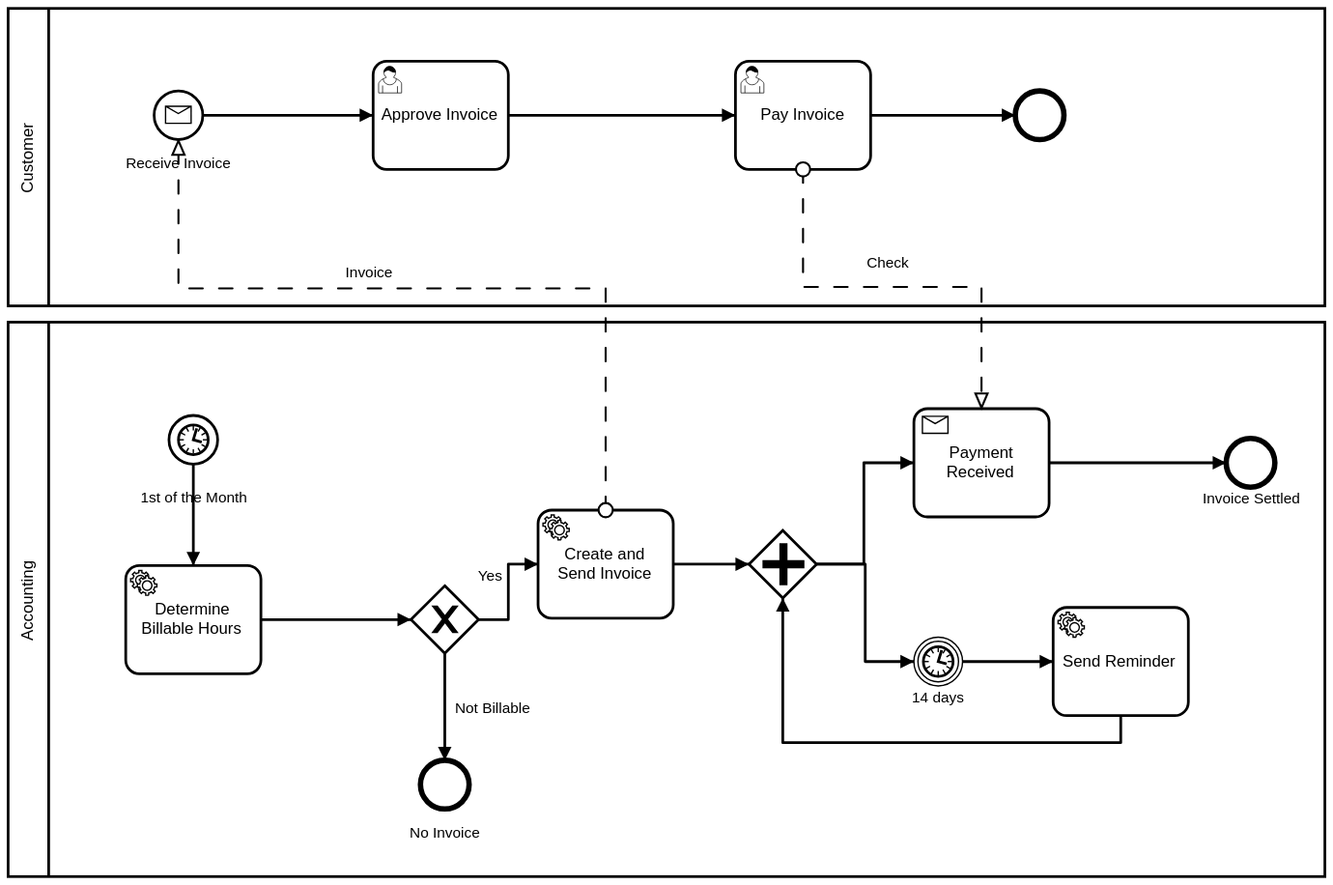
This is processes/Invoicing.svg from kubajal/workflow, a BPMN export, as it was before one commit. Its source is kept beside it as processes/Invoicing.bpmn. Ids are renumbered.
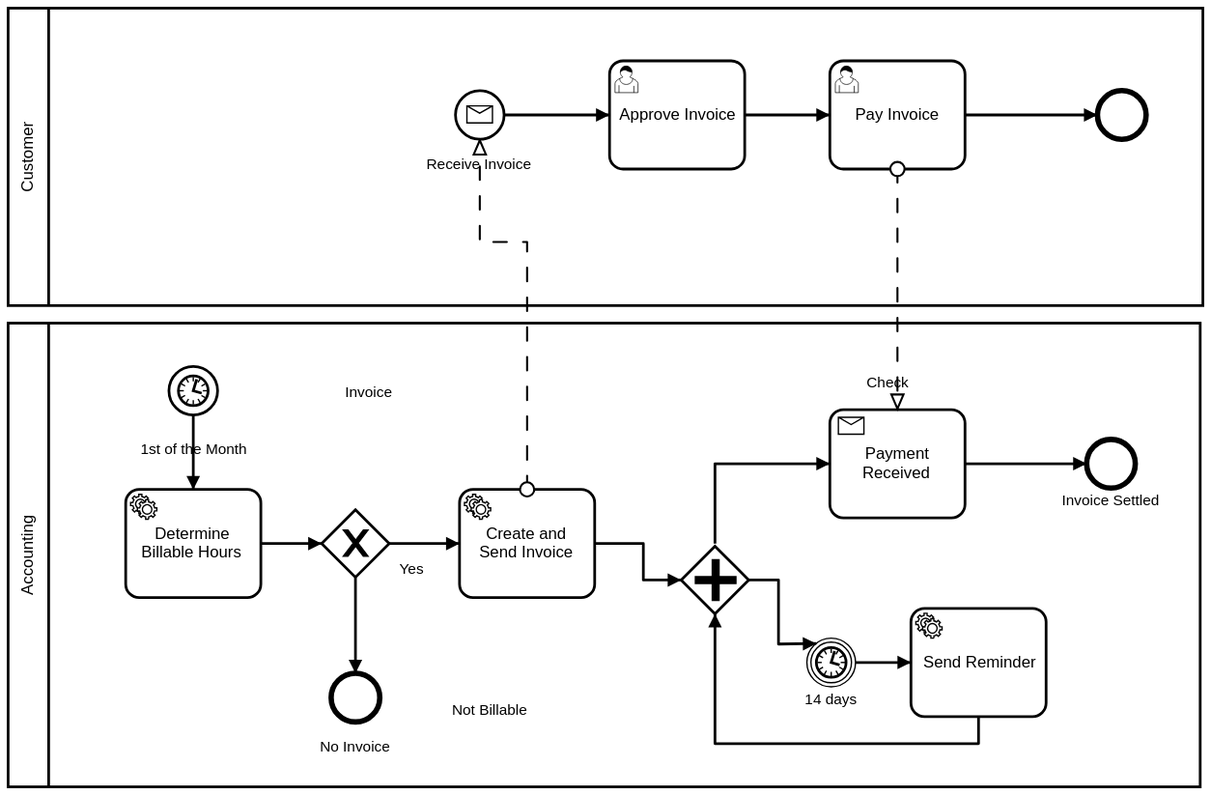
The same file after the commit.

Change to the diagram source:
```diff
@@ -8,26 +8,2 @@
   <bpmn:process id="Process_1" isExecutable="false">
-    <bpmn:startEvent id="StartEvent_n11" name="1st of the Month">
-      <bpmn:outgoing>SequenceFlow_n12</bpmn:outgoing>
-      <bpmn:timerEventDefinition />
-    </bpmn:startEvent>
-    <bpmn:exclusiveGateway id="ExclusiveGateway_n13">
-      <bpmn:incoming>SequenceFlow_n14</bpmn:incoming>
-      <bpmn:outgoing>SequenceFlow_n15</bpmn:outgoing>
-      <bpmn:outgoing>SequenceFlow_n16</bpmn:outgoing>
-    </bpmn:exclusiveGateway>
-    <bpmn:receiveTask id="ReceiveTask_n10" name="Payment Received">
-      <bpmn:incoming>SequenceFlow_n17</bpmn:incoming>
-      <bpmn:outgoing>SequenceFlow_n18</bpmn:outgoing>
-    </bpmn:receiveTask>
-    <bpmn:serviceTask id="ServiceTask_n19" name="Send Reminder">
-      <bpmn:incoming>SequenceFlow_n20</bpmn:incoming>
-      <bpmn:outgoing>SequenceFlow_n21</bpmn:outgoing>
-    </bpmn:serviceTask>
-    <bpmn:serviceTask id="ServiceTask_n6" name="Create and Send Invoice">
-      <bpmn:incoming>SequenceFlow_n15</bpmn:incoming>
-      <bpmn:outgoing>SequenceFlow_n22</bpmn:outgoing>
-    </bpmn:serviceTask>
-    <bpmn:endEvent id="EndEvent_n23" name="Invoice Settled">
-      <bpmn:incoming>SequenceFlow_n18</bpmn:incoming>
-    </bpmn:endEvent>
     <bpmn:parallelGateway id="ParallelGateway_n24">
@@ -43,12 +19,14 @@
     </bpmn:intermediateCatchEvent>
-    <bpmn:sequenceFlow id="SequenceFlow_n12" sourceRef="StartEvent_n11" targetRef="ServiceTask_n27" />
-    <bpmn:sequenceFlow id="SequenceFlow_n14" sourceRef="ServiceTask_n27" targetRef="ExclusiveGateway_n13" />
-    <bpmn:sequenceFlow id="SequenceFlow_n15" name="Yes" sourceRef="ExclusiveGateway_n13" targetRef="ServiceTask_n6" />
-    <bpmn:sequenceFlow id="SequenceFlow_n16" name="Not Billable" sourceRef="ExclusiveGateway_n13" targetRef="EndEvent_n28" />
-    <bpmn:sequenceFlow id="SequenceFlow_n17" sourceRef="ParallelGateway_n24" targetRef="ReceiveTask_n10" />
-    <bpmn:sequenceFlow id="SequenceFlow_n18" sourceRef="ReceiveTask_n10" targetRef="EndEvent_n23" />
-    <bpmn:sequenceFlow id="SequenceFlow_n20" sourceRef="IntermediateCatchEvent_n26" targetRef="ServiceTask_n19" />
-    <bpmn:sequenceFlow id="SequenceFlow_n21" sourceRef="ServiceTask_n19" targetRef="ParallelGateway_n24" />
-    <bpmn:sequenceFlow id="SequenceFlow_n22" sourceRef="ServiceTask_n6" targetRef="ParallelGateway_n24" />
-    <bpmn:sequenceFlow id="SequenceFlow_n25" sourceRef="ParallelGateway_n24" targetRef="IntermediateCatchEvent_n26" />
+    <bpmn:serviceTask id="ServiceTask_n19" name="Send Reminder">
+      <bpmn:incoming>SequenceFlow_n20</bpmn:incoming>
+      <bpmn:outgoing>SequenceFlow_n21</bpmn:outgoing>
+    </bpmn:serviceTask>
+    <bpmn:endEvent id="EndEvent_n23" name="Invoice Settled">
+      <bpmn:incoming>SequenceFlow_n18</bpmn:incoming>
+    </bpmn:endEvent>
+    <bpmn:exclusiveGateway id="ExclusiveGateway_n13">
+      <bpmn:incoming>SequenceFlow_n14</bpmn:incoming>
+      <bpmn:outgoing>SequenceFlow_n15</bpmn:outgoing>
+      <bpmn:outgoing>SequenceFlow_n16</bpmn:outgoing>
+    </bpmn:exclusiveGateway>
     <bpmn:endEvent id="EndEvent_n28" name="No Invoice">
@@ -60,8 +38,29 @@
     </bpmn:serviceTask>
+    <bpmn:startEvent id="StartEvent_n11" name="1st of the Month">
+      <bpmn:outgoing>SequenceFlow_n12</bpmn:outgoing>
+      <bpmn:timerEventDefinition />
+    </bpmn:startEvent>
+    <bpmn:serviceTask id="ServiceTask_n6" name="Create and Send Invoice">
+      <bpmn:incoming>SequenceFlow_n15</bpmn:incoming>
+      <bpmn:outgoing>SequenceFlow_n22</bpmn:outgoing>
+    </bpmn:serviceTask>
+    <bpmn:receiveTask id="ReceiveTask_n10" name="Payment Received">
+      <bpmn:incoming>SequenceFlow_n17</bpmn:incoming>
+      <bpmn:outgoing>SequenceFlow_n18</bpmn:outgoing>
+    </bpmn:receiveTask>
+    <bpmn:sequenceFlow id="SequenceFlow_n21" sourceRef="ServiceTask_n19" targetRef="ParallelGateway_n24" />
+    <bpmn:sequenceFlow id="SequenceFlow_n22" sourceRef="ServiceTask_n6" targetRef="ParallelGateway_n24" />
+    <bpmn:sequenceFlow id="SequenceFlow_n17" sourceRef="ParallelGateway_n24" targetRef="ReceiveTask_n10" />
+    <bpmn:sequenceFlow id="SequenceFlow_n25" sourceRef="ParallelGateway_n24" targetRef="IntermediateCatchEvent_n26" />
+    <bpmn:sequenceFlow id="SequenceFlow_n20" sourceRef="IntermediateCatchEvent_n26" targetRef="ServiceTask_n19" />
+    <bpmn:sequenceFlow id="SequenceFlow_n18" sourceRef="ReceiveTask_n10" targetRef="EndEvent_n23" />
+    <bpmn:sequenceFlow id="SequenceFlow_n14" sourceRef="ServiceTask_n27" targetRef="ExclusiveGateway_n13" />
+    <bpmn:sequenceFlow id="SequenceFlow_n15" name="Yes" sourceRef="ExclusiveGateway_n13" targetRef="ServiceTask_n6" />
+    <bpmn:sequenceFlow id="SequenceFlow_n16" name="Not Billable" sourceRef="ExclusiveGateway_n13" targetRef="EndEvent_n28" />
+    <bpmn:sequenceFlow id="SequenceFlow_n12" sourceRef="StartEvent_n11" targetRef="ServiceTask_n27" />
   </bpmn:process>
   <bpmn:process id="Process_n4">
-    <bpmn:startEvent id="StartEvent_n7" name="Receive Invoice">
-      <bpmn:outgoing>SequenceFlow_n29</bpmn:outgoing>
-      <bpmn:messageEventDefinition />
-    </bpmn:startEvent>
+    <bpmn:sequenceFlow id="SequenceFlow_n29" sourceRef="StartEvent_n7" targetRef="UserTask_n32" />
+    <bpmn:sequenceFlow id="SequenceFlow_n31" sourceRef="UserTask_n9" targetRef="EndEvent_n30" />
+    <bpmn:sequenceFlow id="SequenceFlow_n33" sourceRef="UserTask_n32" targetRef="UserTask_n9" />
     <bpmn:endEvent id="EndEvent_n30">
@@ -69,5 +68,2 @@
     </bpmn:endEvent>
-    <bpmn:sequenceFlow id="SequenceFlow_n29" sourceRef="StartEvent_n7" targetRef="UserTask_n32" />
-    <bpmn:sequenceFlow id="SequenceFlow_n33" sourceRef="UserTask_n32" targetRef="UserTask_n9" />
-    <bpmn:sequenceFlow id="SequenceFlow_n31" sourceRef="UserTask_n9" targetRef="EndEvent_n30" />
     <bpmn:userTask id="UserTask_n9" name="Pay Invoice">
@@ -80,2 +76,6 @@
     </bpmn:userTask>
+    <bpmn:startEvent id="StartEvent_n7" name="Receive Invoice">
+      <bpmn:outgoing>SequenceFlow_n29</bpmn:outgoing>
+      <bpmn:messageEventDefinition />
+    </bpmn:startEvent>
   </bpmn:process>
@@ -84,8 +84,8 @@
       <bpmndi:BPMNShape id="Participant_n2_di" bpmnElement="Participant_n2">
-        <dc:Bounds x="84" y="358" width="974" height="410" />
+        <dc:Bounds x="84" y="271" width="882" height="343" />
       </bpmndi:BPMNShape>
       <bpmndi:BPMNShape id="StartEvent_n11_di" bpmnElement="StartEvent_n11">
-        <dc:Bounds x="203" y="427" width="36" height="36" />
+        <dc:Bounds x="203" y="303" width="36" height="36" />
         <bpmndi:BPMNLabel>
-          <dc:Bounds x="176" y="479" width="90" height="20" />
+          <dc:Bounds x="176" y="355" width="90" height="20" />
         </bpmndi:BPMNLabel>
@@ -93,5 +93,5 @@
       <bpmndi:BPMNShape id="ExclusiveGateway_n13_di" bpmnElement="ExclusiveGateway_n13" isMarkerVisible="true">
-        <dc:Bounds x="382" y="553" width="50" height="50" />
+        <dc:Bounds x="316" y="409" width="50" height="50" />
         <bpmndi:BPMNLabel>
-          <dc:Bounds x="362" y="603" width="90" height="20" />
+          <dc:Bounds x="296" y="459" width="90" height="20" />
         </bpmndi:BPMNLabel>
@@ -99,5 +99,5 @@
       <bpmndi:BPMNShape id="EndEvent_n28_di" bpmnElement="EndEvent_n28">
-        <dc:Bounds x="389" y="682" width="36" height="36" />
+        <dc:Bounds x="323" y="530" width="36" height="36" />
         <bpmndi:BPMNLabel>
-          <dc:Bounds x="362" y="727" width="90" height="20" />
+          <dc:Bounds x="296" y="575" width="90" height="20" />
         </bpmndi:BPMNLabel>
@@ -105,14 +105,14 @@
       <bpmndi:BPMNShape id="ReceiveTask_n10_di" bpmnElement="ReceiveTask_n10">
-        <dc:Bounds x="754" y="422" width="100" height="80" />
+        <dc:Bounds x="692" y="335" width="100" height="80" />
       </bpmndi:BPMNShape>
       <bpmndi:BPMNShape id="ServiceTask_n19_di" bpmnElement="ServiceTask_n19">
-        <dc:Bounds x="857" y="569" width="100" height="80" />
+        <dc:Bounds x="752" y="482" width="100" height="80" />
       </bpmndi:BPMNShape>
       <bpmndi:BPMNShape id="ServiceTask_n6_di" bpmnElement="ServiceTask_n6">
-        <dc:Bounds x="476" y="497" width="100" height="80" />
+        <dc:Bounds x="418" y="394" width="100" height="80" />
       </bpmndi:BPMNShape>
       <bpmndi:BPMNShape id="EndEvent_n23_di" bpmnElement="EndEvent_n23">
-        <dc:Bounds x="985" y="444" width="36" height="36" />
+        <dc:Bounds x="882" y="357" width="36" height="36" />
         <bpmndi:BPMNLabel>
-          <dc:Bounds x="958" y="480" width="90" height="20" />
+          <dc:Bounds x="855" y="393" width="90" height="20" />
         </bpmndi:BPMNLabel>
@@ -120,5 +120,5 @@
       <bpmndi:BPMNShape id="ParallelGateway_n24_di" bpmnElement="ParallelGateway_n24">
-        <dc:Bounds x="632" y="512" width="50" height="50" />
+        <dc:Bounds x="582" y="436" width="50" height="50" />
         <bpmndi:BPMNLabel>
-          <dc:Bounds x="612" y="562" width="90" height="20" />
+          <dc:Bounds x="562" y="486" width="90" height="20" />
         </bpmndi:BPMNLabel>
@@ -126,5 +126,5 @@
       <bpmndi:BPMNShape id="IntermediateCatchEvent_n26_di" bpmnElement="IntermediateCatchEvent_n26">
-        <dc:Bounds x="754" y="591" width="36" height="36" />
+        <dc:Bounds x="675" y="504" width="36" height="36" />
         <bpmndi:BPMNLabel>
-          <dc:Bounds x="727" y="627" width="90" height="20" />
+          <dc:Bounds x="648" y="540" width="90" height="20" />
         </bpmndi:BPMNLabel>
@@ -132,6 +132,6 @@
       <bpmndi:BPMNEdge id="SequenceFlow_n12_di" bpmnElement="SequenceFlow_n12">
-        <di:waypoint xsi:type="dc:Point" x="221" y="463" />
-        <di:waypoint xsi:type="dc:Point" x="221" y="538" />
+        <di:waypoint xsi:type="dc:Point" x="221" y="339" />
+        <di:waypoint xsi:type="dc:Point" x="221" y="394" />
         <bpmndi:BPMNLabel>
-          <dc:Bounds x="273" y="568" width="90" height="20" />
+          <dc:Bounds x="273" y="481" width="90" height="20" />
         </bpmndi:BPMNLabel>
@@ -139,8 +139,8 @@
       <bpmndi:BPMNEdge id="SequenceFlow_n14_di" bpmnElement="SequenceFlow_n14">
-        <di:waypoint xsi:type="dc:Point" x="271" y="578" />
-        <di:waypoint xsi:type="dc:Point" x="327" y="578" />
-        <di:waypoint xsi:type="dc:Point" x="327" y="578" />
-        <di:waypoint xsi:type="dc:Point" x="382" y="578" />
+        <di:waypoint xsi:type="dc:Point" x="271" y="434" />
+        <di:waypoint xsi:type="dc:Point" x="294" y="434" />
+        <di:waypoint xsi:type="dc:Point" x="294" y="434" />
+        <di:waypoint xsi:type="dc:Point" x="316" y="434" />
         <bpmndi:BPMNLabel>
-          <dc:Bounds x="445" y="568" width="90" height="20" />
+          <dc:Bounds x="445" y="481" width="90" height="20" />
         </bpmndi:BPMNLabel>
@@ -148,8 +148,6 @@
       <bpmndi:BPMNEdge id="SequenceFlow_n15_di" bpmnElement="SequenceFlow_n15">
-        <di:waypoint xsi:type="dc:Point" x="432" y="578" />
-        <di:waypoint xsi:type="dc:Point" x="454" y="578" />
-        <di:waypoint xsi:type="dc:Point" x="454" y="537" />
-        <di:waypoint xsi:type="dc:Point" x="476" y="537" />
+        <di:waypoint xsi:type="dc:Point" x="366" y="434" />
+        <di:waypoint xsi:type="dc:Point" x="418" y="434" />
         <bpmndi:BPMNLabel>
-          <dc:Bounds x="396" y="537" width="90" height="20" />
+          <dc:Bounds x="338" y="444" width="90" height="20" />
         </bpmndi:BPMNLabel>
@@ -157,6 +155,8 @@
       <bpmndi:BPMNEdge id="SequenceFlow_n16_di" bpmnElement="SequenceFlow_n16">
-        <di:waypoint xsi:type="dc:Point" x="407" y="603" />
-        <di:waypoint xsi:type="dc:Point" x="407" y="682" />
+        <di:waypoint xsi:type="dc:Point" x="341" y="459" />
+        <di:waypoint xsi:type="dc:Point" x="341" y="496" />
+        <di:waypoint xsi:type="dc:Point" x="341" y="496" />
+        <di:waypoint xsi:type="dc:Point" x="341" y="530" />
         <bpmndi:BPMNLabel>
-          <dc:Bounds x="396" y="634.5" width="90" height="20" />
+          <dc:Bounds x="396" y="548" width="90" height="20" />
         </bpmndi:BPMNLabel>
@@ -164,6 +164,8 @@
       <bpmndi:BPMNEdge id="SequenceFlow_n22_di" bpmnElement="SequenceFlow_n22">
-        <di:waypoint xsi:type="dc:Point" x="576" y="537" />
-        <di:waypoint xsi:type="dc:Point" x="632" y="537" />
+        <di:waypoint xsi:type="dc:Point" x="518" y="434" />
+        <di:waypoint xsi:type="dc:Point" x="554" y="434" />
+        <di:waypoint xsi:type="dc:Point" x="554" y="461" />
+        <di:waypoint xsi:type="dc:Point" x="582" y="461" />
         <bpmndi:BPMNLabel>
-          <dc:Bounds x="570" y="527" width="90" height="20" />
+          <dc:Bounds x="570" y="440" width="90" height="20" />
         </bpmndi:BPMNLabel>
@@ -171,8 +173,7 @@
       <bpmndi:BPMNEdge id="SequenceFlow_n17_di" bpmnElement="SequenceFlow_n17">
-        <di:waypoint xsi:type="dc:Point" x="682" y="537" />
-        <di:waypoint xsi:type="dc:Point" x="717" y="537" />
-        <di:waypoint xsi:type="dc:Point" x="717" y="462" />
-        <di:waypoint xsi:type="dc:Point" x="754" y="462" />
+        <di:waypoint xsi:type="dc:Point" x="607" y="434" />
+        <di:waypoint xsi:type="dc:Point" x="607" y="375" />
+        <di:waypoint xsi:type="dc:Point" x="692" y="375" />
         <bpmndi:BPMNLabel>
-          <dc:Bounds x="672" y="467.5" width="90" height="20" />
+          <dc:Bounds x="672" y="381" width="90" height="20" />
         </bpmndi:BPMNLabel>
@@ -180,8 +181,6 @@
       <bpmndi:BPMNEdge id="SequenceFlow_n18_di" bpmnElement="SequenceFlow_n18">
-        <di:waypoint xsi:type="dc:Point" x="854" y="462" />
-        <di:waypoint xsi:type="dc:Point" x="926" y="462" />
-        <di:waypoint xsi:type="dc:Point" x="926" y="462" />
-        <di:waypoint xsi:type="dc:Point" x="985" y="462" />
+        <di:waypoint xsi:type="dc:Point" x="792" y="375" />
+        <di:waypoint xsi:type="dc:Point" x="882" y="375" />
         <bpmndi:BPMNLabel>
-          <dc:Bounds x="891.5" y="408" width="90" height="20" />
+          <dc:Bounds x="892" y="321" width="90" height="20" />
         </bpmndi:BPMNLabel>
@@ -189,8 +188,8 @@
       <bpmndi:BPMNEdge id="SequenceFlow_n25_di" bpmnElement="SequenceFlow_n25">
-        <di:waypoint xsi:type="dc:Point" x="682" y="537" />
-        <di:waypoint xsi:type="dc:Point" x="718" y="537" />
-        <di:waypoint xsi:type="dc:Point" x="718" y="609" />
-        <di:waypoint xsi:type="dc:Point" x="754" y="609" />
+        <di:waypoint xsi:type="dc:Point" x="632" y="461" />
+        <di:waypoint xsi:type="dc:Point" x="654" y="461" />
+        <di:waypoint xsi:type="dc:Point" x="654" y="508.3869118652344" />
+        <di:waypoint xsi:type="dc:Point" x="682" y="508" />
         <bpmndi:BPMNLabel>
-          <dc:Bounds x="673" y="563" width="90" height="20" />
+          <dc:Bounds x="673" y="476" width="90" height="20" />
         </bpmndi:BPMNLabel>
@@ -198,6 +197,6 @@
       <bpmndi:BPMNEdge id="SequenceFlow_n20_di" bpmnElement="SequenceFlow_n20">
-        <di:waypoint xsi:type="dc:Point" x="790" y="609" />
-        <di:waypoint xsi:type="dc:Point" x="857" y="609" />
+        <di:waypoint xsi:type="dc:Point" x="711" y="522" />
+        <di:waypoint xsi:type="dc:Point" x="752" y="522" />
         <bpmndi:BPMNLabel>
-          <dc:Bounds x="778.5" y="599" width="90" height="20" />
+          <dc:Bounds x="779" y="512" width="90" height="20" />
         </bpmndi:BPMNLabel>
@@ -205,8 +204,8 @@
       <bpmndi:BPMNEdge id="SequenceFlow_n21_di" bpmnElement="SequenceFlow_n21">
-        <di:waypoint xsi:type="dc:Point" x="907" y="649" />
-        <di:waypoint xsi:type="dc:Point" x="907" y="669" />
-        <di:waypoint xsi:type="dc:Point" x="657" y="669" />
-        <di:waypoint xsi:type="dc:Point" x="657" y="562" />
+        <di:waypoint xsi:type="dc:Point" x="802" y="562" />
+        <di:waypoint xsi:type="dc:Point" x="802" y="582" />
+        <di:waypoint xsi:type="dc:Point" x="607" y="582" />
+        <di:waypoint xsi:type="dc:Point" x="607" y="486" />
         <bpmndi:BPMNLabel>
-          <dc:Bounds x="725" y="563" width="90" height="20" />
+          <dc:Bounds x="725" y="476" width="90" height="20" />
         </bpmndi:BPMNLabel>
@@ -214,8 +213,8 @@
       <bpmndi:BPMNShape id="Participant_n3_di" bpmnElement="Participant_n3">
-        <dc:Bounds x="84" y="126" width="974" height="220" />
+        <dc:Bounds x="84" y="38" width="884" height="220" />
       </bpmndi:BPMNShape>
       <bpmndi:BPMNShape id="StartEvent_n7_di" bpmnElement="StartEvent_n7">
-        <dc:Bounds x="192" y="187" width="36" height="36" />
+        <dc:Bounds x="415" y="99" width="36" height="36" />
         <bpmndi:BPMNLabel>
-          <dc:Bounds x="165" y="232" width="90" height="20" />
+          <dc:Bounds x="388" y="144" width="90" height="20" />
         </bpmndi:BPMNLabel>
@@ -223,8 +222,6 @@
       <bpmndi:BPMNEdge id="SequenceFlow_n29_di" bpmnElement="SequenceFlow_n29">
-        <di:waypoint xsi:type="dc:Point" x="228" y="205" />
-        <di:waypoint xsi:type="dc:Point" x="271" y="205" />
-        <di:waypoint xsi:type="dc:Point" x="271" y="205" />
-        <di:waypoint xsi:type="dc:Point" x="354" y="205" />
+        <di:waypoint xsi:type="dc:Point" x="451" y="117" />
+        <di:waypoint xsi:type="dc:Point" x="529" y="117" />
         <bpmndi:BPMNLabel>
-          <dc:Bounds x="226" y="197.5" width="90" height="20" />
+          <dc:Bounds x="226" y="110" width="90" height="20" />
         </bpmndi:BPMNLabel>
@@ -232,6 +229,6 @@
       <bpmndi:BPMNEdge id="SequenceFlow_n33_di" bpmnElement="SequenceFlow_n33">
-        <di:waypoint xsi:type="dc:Point" x="454" y="205" />
-        <di:waypoint xsi:type="dc:Point" x="622" y="205" />
+        <di:waypoint xsi:type="dc:Point" x="629" y="117" />
+        <di:waypoint xsi:type="dc:Point" x="692" y="117" />
         <bpmndi:BPMNLabel>
-          <dc:Bounds x="493" y="195" width="90" height="20" />
+          <dc:Bounds x="493" y="107" width="90" height="20" />
         </bpmndi:BPMNLabel>
@@ -239,5 +236,5 @@
       <bpmndi:BPMNShape id="EndEvent_n30_di" bpmnElement="EndEvent_n30">
-        <dc:Bounds x="829" y="187" width="36" height="36" />
+        <dc:Bounds x="890" y="99" width="36" height="36" />
         <bpmndi:BPMNLabel>
-          <dc:Bounds x="802" y="223" width="90" height="20" />
+          <dc:Bounds x="863" y="135" width="90" height="20" />
         </bpmndi:BPMNLabel>
@@ -245,6 +242,6 @@
       <bpmndi:BPMNEdge id="SequenceFlow_n31_di" bpmnElement="SequenceFlow_n31">
-        <di:waypoint xsi:type="dc:Point" x="722" y="205" />
-        <di:waypoint xsi:type="dc:Point" x="829" y="205" />
+        <di:waypoint xsi:type="dc:Point" x="792" y="117" />
+        <di:waypoint xsi:type="dc:Point" x="890" y="117" />
         <bpmndi:BPMNLabel>
-          <dc:Bounds x="730.5" y="195" width="90" height="20" />
+          <dc:Bounds x="731" y="107" width="90" height="20" />
         </bpmndi:BPMNLabel>
@@ -252,6 +249,6 @@
       <bpmndi:BPMNEdge id="MessageFlow_n5_di" bpmnElement="MessageFlow_n5">
-        <di:waypoint xsi:type="dc:Point" x="526" y="497" />
-        <di:waypoint xsi:type="dc:Point" x="526" y="333" />
-        <di:waypoint xsi:type="dc:Point" x="210" y="333" />
-        <di:waypoint xsi:type="dc:Point" x="210" y="223" />
+        <di:waypoint xsi:type="dc:Point" x="468" y="394" />
+        <di:waypoint xsi:type="dc:Point" x="468" y="211" />
+        <di:waypoint xsi:type="dc:Point" x="433" y="211" />
+        <di:waypoint xsi:type="dc:Point" x="433" y="135" />
         <bpmndi:BPMNLabel>
@@ -261,6 +258,6 @@
       <bpmndi:BPMNEdge id="MessageFlow_n8_di" bpmnElement="MessageFlow_n8">
-        <di:waypoint xsi:type="dc:Point" x="672" y="245" />
-        <di:waypoint xsi:type="dc:Point" x="672" y="332" />
-        <di:waypoint xsi:type="dc:Point" x="804" y="332" />
-        <di:waypoint xsi:type="dc:Point" x="804" y="422" />
+        <di:waypoint xsi:type="dc:Point" x="742" y="157" />
+        <di:waypoint xsi:type="dc:Point" x="742" y="219" />
+        <di:waypoint xsi:type="dc:Point" x="742" y="219" />
+        <di:waypoint xsi:type="dc:Point" x="742" y="335" />
         <bpmndi:BPMNLabel>
@@ -270,9 +267,9 @@
       <bpmndi:BPMNShape id="UserTask_n9_di" bpmnElement="UserTask_n9">
-        <dc:Bounds x="622" y="165" width="100" height="80" />
+        <dc:Bounds x="692" y="77" width="100" height="80" />
       </bpmndi:BPMNShape>
       <bpmndi:BPMNShape id="UserTask_n32_di" bpmnElement="UserTask_n32">
-        <dc:Bounds x="354" y="165" width="100" height="80" />
+        <dc:Bounds x="529" y="77" width="100" height="80" />
       </bpmndi:BPMNShape>
       <bpmndi:BPMNShape id="ServiceTask_n27_di" bpmnElement="ServiceTask_n27">
-        <dc:Bounds x="171" y="538" width="100" height="80" />
+        <dc:Bounds x="171" y="394" width="100" height="80" />
       </bpmndi:BPMNShape>
```
